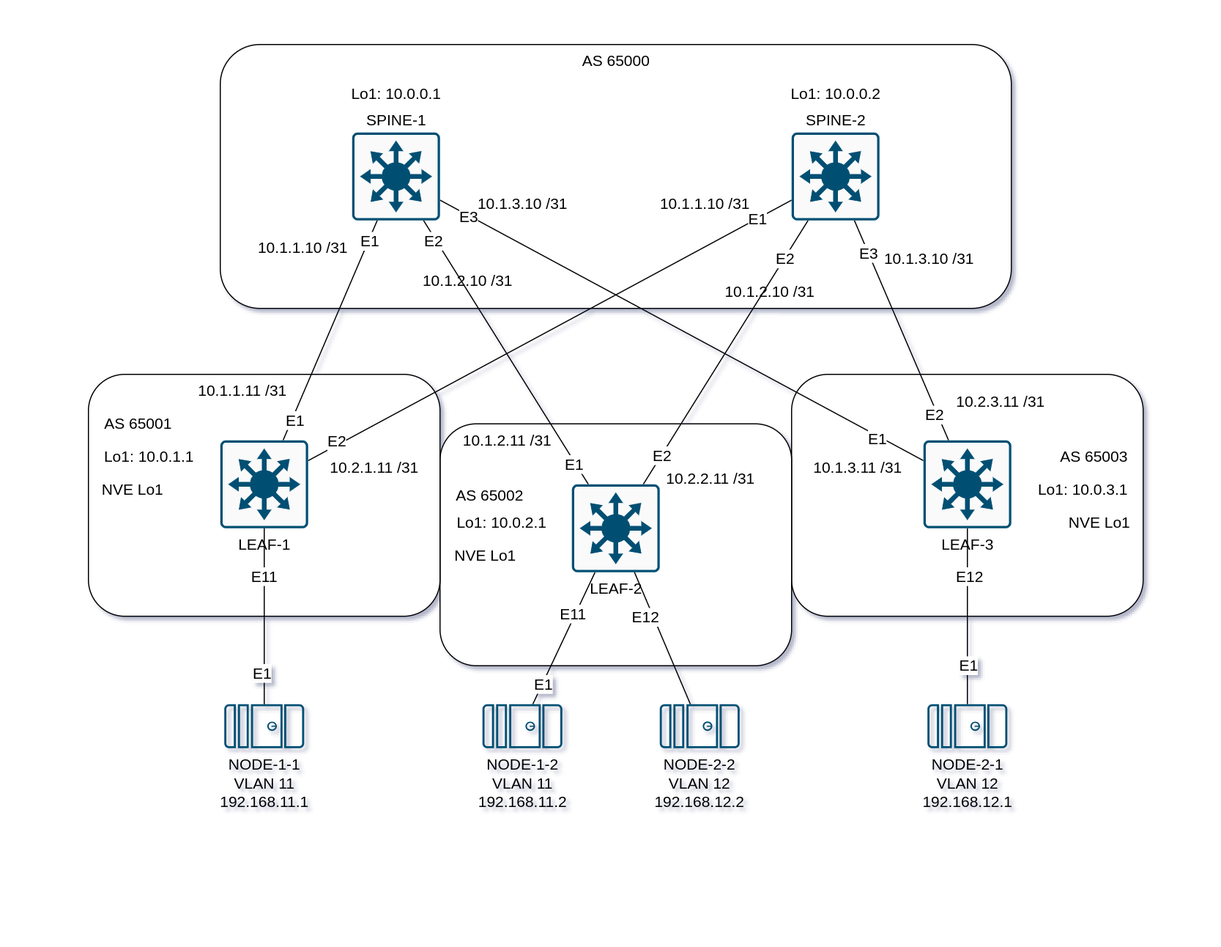
Before: LESSONS/11/images/1-11.drawio.png, a diagram exported from draw.io (archie-io/dc-design-course). Source tidied: cells renumbered, new cells last; positions are measured from the earlier drawing's top-left corner, leaving out a move shared by most shapes.
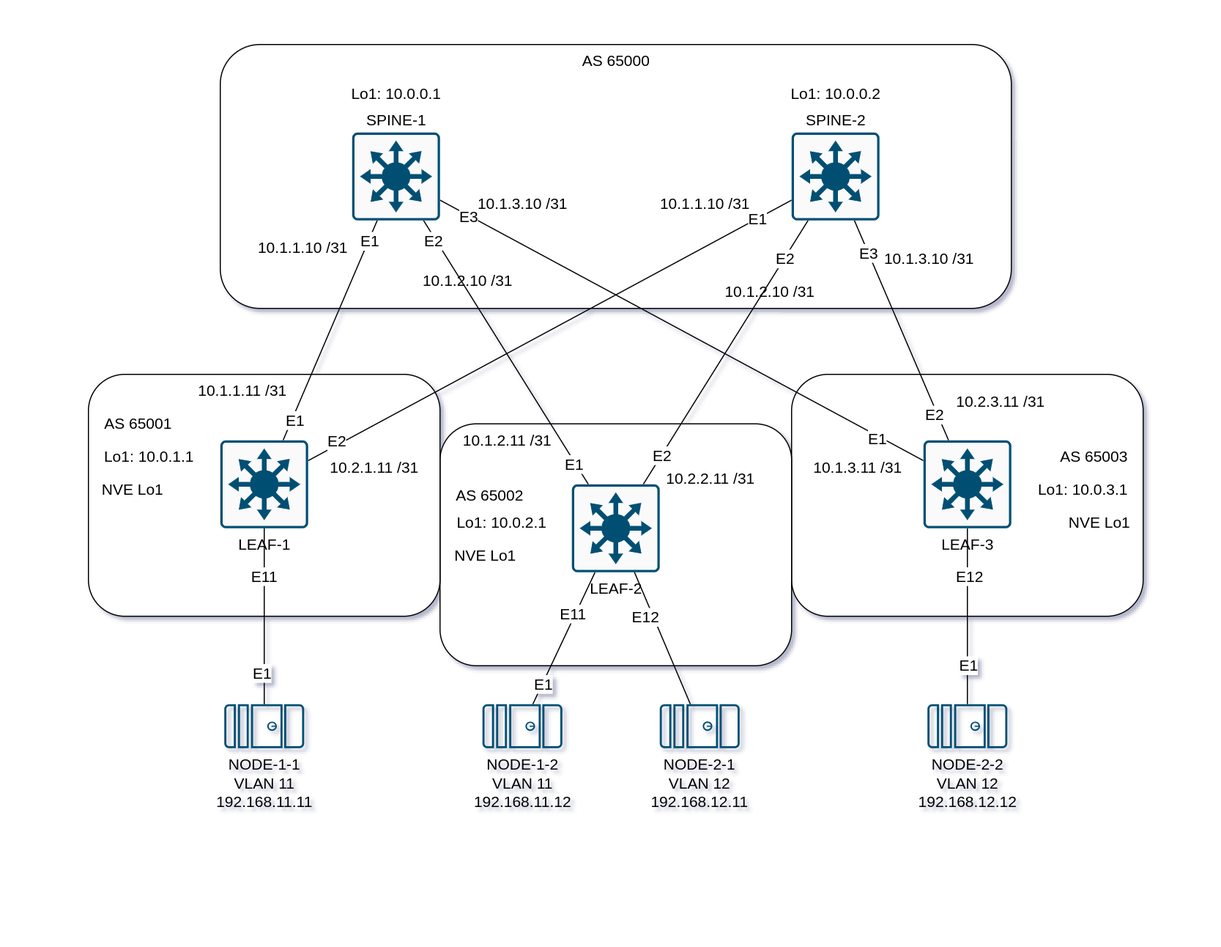
The same file after the commit.

The edit, as a diff of the source:
```diff
@@ -105,13 +105,13 @@
     <mxCell id="34" value="SPINE-2" style="sketch=0;points=[[0.015,0.015,0],[0.985,0.015,0],[0.985,0.985,0],[0.015,0.985,0],[0.25,0,0],[0.5,0,0],[0.75,0,0],[1,0.25,0],[1,0.5,0],[1,0.75,0],[0.75,1,0],[0.5,1,0],[0.25,1,0],[0,0.75,0],[0,0.5,0],[0,0.25,0]];verticalLabelPosition=top;html=1;verticalAlign=bottom;align=center;shape=mxgraph.cisco19.rect;prIcon=l3_switch;fillColor=#FAFAFA;strokeColor=#005073;labelPosition=center;fontSize=14;" parent="1" vertex="1">
       <mxGeometry x="640" y="80" width="80" height="80" as="geometry" />
     </mxCell>
-    <mxCell id="35" value="NODE-1-1&lt;br&gt;VLAN 11&lt;div&gt;192.168.11.1&lt;/div&gt;" style="sketch=0;points=[[0.015,0.015,0],[0.985,0.015,0],[0.985,0.985,0],[0.015,0.985,0],[0.25,0,0],[0.5,0,0],[0.75,0,0],[1,0.25,0],[1,0.5,0],[1,0.75,0],[0.75,1,0],[0.5,1,0],[0.25,1,0],[0,0.75,0],[0,0.5,0],[0,0.25,0]];verticalLabelPosition=bottom;html=1;verticalAlign=top;align=center;shape=mxgraph.cisco19.server;fillColor=#005073;strokeColor=none;direction=south;fontSize=14;" parent="1" vertex="1">
+    <mxCell id="35" value="NODE-1-1&lt;br&gt;VLAN 11&lt;div&gt;192.168.11.11&lt;/div&gt;" style="sketch=0;points=[[0.015,0.015,0],[0.985,0.015,0],[0.985,0.985,0],[0.015,0.985,0],[0.25,0,0],[0.5,0,0],[0.75,0,0],[1,0.25,0],[1,0.5,0],[1,0.75,0],[0.75,1,0],[0.5,1,0],[0.25,1,0],[0,0.75,0],[0,0.5,0],[0,0.25,0]];verticalLabelPosition=bottom;html=1;verticalAlign=top;align=center;shape=mxgraph.cisco19.server;fillColor=#005073;strokeColor=none;direction=south;fontSize=14;" parent="1" vertex="1">
       <mxGeometry x="123.6" y="600" width="72.7" height="40" as="geometry" />
     </mxCell>
-    <mxCell id="36" value="NODE-1-2&lt;br&gt;VLAN 11&lt;br&gt;192.168.11.2" style="sketch=0;points=[[0.015,0.015,0],[0.985,0.015,0],[0.985,0.985,0],[0.015,0.985,0],[0.25,0,0],[0.5,0,0],[0.75,0,0],[1,0.25,0],[1,0.5,0],[1,0.75,0],[0.75,1,0],[0.5,1,0],[0.25,1,0],[0,0.75,0],[0,0.5,0],[0,0.25,0]];verticalLabelPosition=bottom;html=1;verticalAlign=top;align=center;shape=mxgraph.cisco19.server;fillColor=#005073;strokeColor=none;direction=south;fontSize=14;" parent="1" vertex="1">
+    <mxCell id="36" value="NODE-1-2&lt;br&gt;VLAN 11&lt;br&gt;192.168.11.12" style="sketch=0;points=[[0.015,0.015,0],[0.985,0.015,0],[0.985,0.985,0],[0.015,0.985,0],[0.25,0,0],[0.5,0,0],[0.75,0,0],[1,0.25,0],[1,0.5,0],[1,0.75,0],[0.75,1,0],[0.5,1,0],[0.25,1,0],[0,0.75,0],[0,0.5,0],[0,0.25,0]];verticalLabelPosition=bottom;html=1;verticalAlign=top;align=center;shape=mxgraph.cisco19.server;fillColor=#005073;strokeColor=none;direction=south;fontSize=14;" parent="1" vertex="1">
       <mxGeometry x="358.6" y="600" width="72.7" height="40" as="geometry" />
     </mxCell>
-    <mxCell id="37" value="NODE-2-1&lt;br&gt;VLAN 12&lt;br&gt;192.168.12.1" style="sketch=0;points=[[0.015,0.015,0],[0.985,0.015,0],[0.985,0.985,0],[0.015,0.985,0],[0.25,0,0],[0.5,0,0],[0.75,0,0],[1,0.25,0],[1,0.5,0],[1,0.75,0],[0.75,1,0],[0.5,1,0],[0.25,1,0],[0,0.75,0],[0,0.5,0],[0,0.25,0]];verticalLabelPosition=bottom;html=1;verticalAlign=top;align=center;shape=mxgraph.cisco19.server;fillColor=#005073;strokeColor=none;direction=south;fontSize=14;" parent="1" vertex="1">
+    <mxCell id="37" value="NODE-2-2&lt;br&gt;VLAN 12&lt;br&gt;192.168.12.12" style="sketch=0;points=[[0.015,0.015,0],[0.985,0.015,0],[0.985,0.985,0],[0.015,0.985,0],[0.25,0,0],[0.5,0,0],[0.75,0,0],[1,0.25,0],[1,0.5,0],[1,0.75,0],[0.75,1,0],[0.5,1,0],[0.25,1,0],[0,0.75,0],[0,0.5,0],[0,0.25,0]];verticalLabelPosition=bottom;html=1;verticalAlign=top;align=center;shape=mxgraph.cisco19.server;fillColor=#005073;strokeColor=none;direction=south;fontSize=14;" parent="1" vertex="1">
       <mxGeometry x="763.6" y="600" width="72.7" height="40" as="geometry" />
     </mxCell>
     <mxCell id="38" style="rounded=0;jettySize=auto;html=1;entryX=0;entryY=0.5;entryDx=0;entryDy=0;entryPerimeter=0;endArrow=none;endFill=0;fontSize=14;" parent="1" edge="1" source="12" target="35">
@@ -194,7 +194,7 @@
         <mxPoint x="-2" y="8" as="offset" />
       </mxGeometry>
     </mxCell>
-    <mxCell id="64" value="NODE-2-2&lt;br&gt;VLAN 12&lt;br&gt;192.168.12.2" style="sketch=0;points=[[0.015,0.015,0],[0.985,0.015,0],[0.985,0.985,0],[0.015,0.985,0],[0.25,0,0],[0.5,0,0],[0.75,0,0],[1,0.25,0],[1,0.5,0],[1,0.75,0],[0.75,1,0],[0.5,1,0],[0.25,1,0],[0,0.75,0],[0,0.5,0],[0,0.25,0]];verticalLabelPosition=bottom;html=1;verticalAlign=top;align=center;shape=mxgraph.cisco19.server;fillColor=#005073;strokeColor=none;direction=south;fontSize=14;" parent="1" vertex="1">
+    <mxCell id="64" value="NODE-2-1&lt;br&gt;VLAN 12&lt;br&gt;192.168.12.11" style="sketch=0;points=[[0.015,0.015,0],[0.985,0.015,0],[0.985,0.985,0],[0.015,0.985,0],[0.25,0,0],[0.5,0,0],[0.75,0,0],[1,0.25,0],[1,0.5,0],[1,0.75,0],[0.75,1,0],[0.5,1,0],[0.25,1,0],[0,0.75,0],[0,0.5,0],[0,0.25,0]];verticalLabelPosition=bottom;html=1;verticalAlign=top;align=center;shape=mxgraph.cisco19.server;fillColor=#005073;strokeColor=none;direction=south;fontSize=14;" parent="1" vertex="1">
       <mxGeometry x="520" y="600" width="72.7" height="40" as="geometry" />
     </mxCell>
     <mxCell id="65" value="NVE Lo1" style="text;html=1;align=center;verticalAlign=middle;strokeColor=none;fillColor=none;fontSize=14;" parent="1" vertex="1">
```
